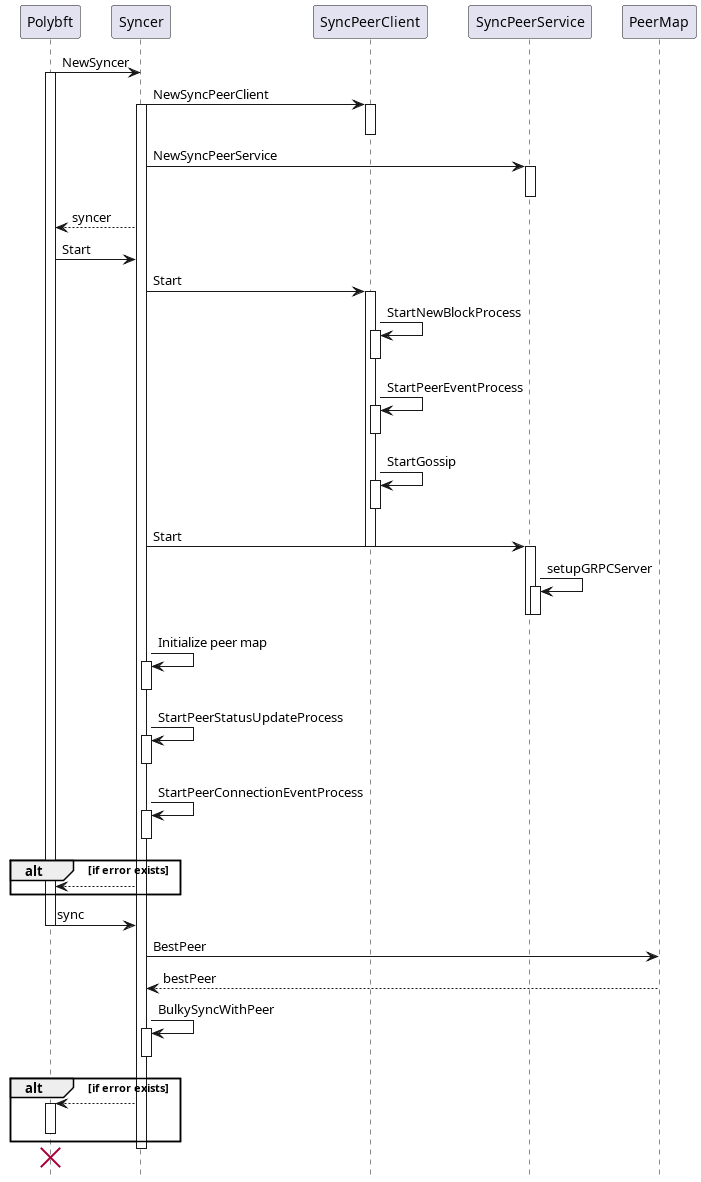
Before: plantuml/syncer/uml/syncer_sync_process_sequence.png, a diagram exported from PlantUML (Ethernal-Tech/blade-legacy). Its diagram source:
```plantuml
@startuml
hide footbox

Polybft -> Syncer: NewSyncer
activate Polybft
Syncer -> SyncPeerClient: NewSyncPeerClient
activate Syncer
activate SyncPeerClient
deactivate SyncPeerClient
Syncer -> SyncPeerService: NewSyncPeerService
activate SyncPeerService
deactivate SyncPeerService
Polybft <-- Syncer: syncer

Polybft -> Syncer: Start
Syncer -> SyncPeerClient: Start
activate SyncPeerClient
SyncPeerClient -> SyncPeerClient: StartNewBlockProcess
activate SyncPeerClient
deactivate SyncPeerClient
SyncPeerClient -> SyncPeerClient: StartPeerEventProcess
activate SyncPeerClient
deactivate SyncPeerClient
SyncPeerClient -> SyncPeerClient: StartGossip
activate SyncPeerClient
deactivate SyncPeerClient

Syncer -> SyncPeerService: Start

deactivate SyncPeerClient

activate SyncPeerService
SyncPeerService -> SyncPeerService: setupGRPCServer
activate SyncPeerService
deactivate SyncPeerService
deactivate SyncPeerService
Syncer -> Syncer: Initialize peer map
activate Syncer
deactivate Syncer
Syncer -> Syncer: StartPeerStatusUpdateProcess
activate Syncer
deactivate Syncer
Syncer -> Syncer: StartPeerConnectionEventProcess
activate Syncer
deactivate Syncer

alt if error exists
    Polybft <-- Syncer
end

Polybft -> Syncer: sync
deactivate Polybft
Syncer -> PeerMap: BestPeer
Syncer <-- PeerMap: bestPeer
Syncer -> Syncer: BulkySyncWithPeer
activate Syncer
deactivate Syncer

alt if error exists
    Polybft <-- Syncer
    activate Polybft
    deactivate Polybft
end
deactivate Syncer

destroy Polybft

@enduml
```
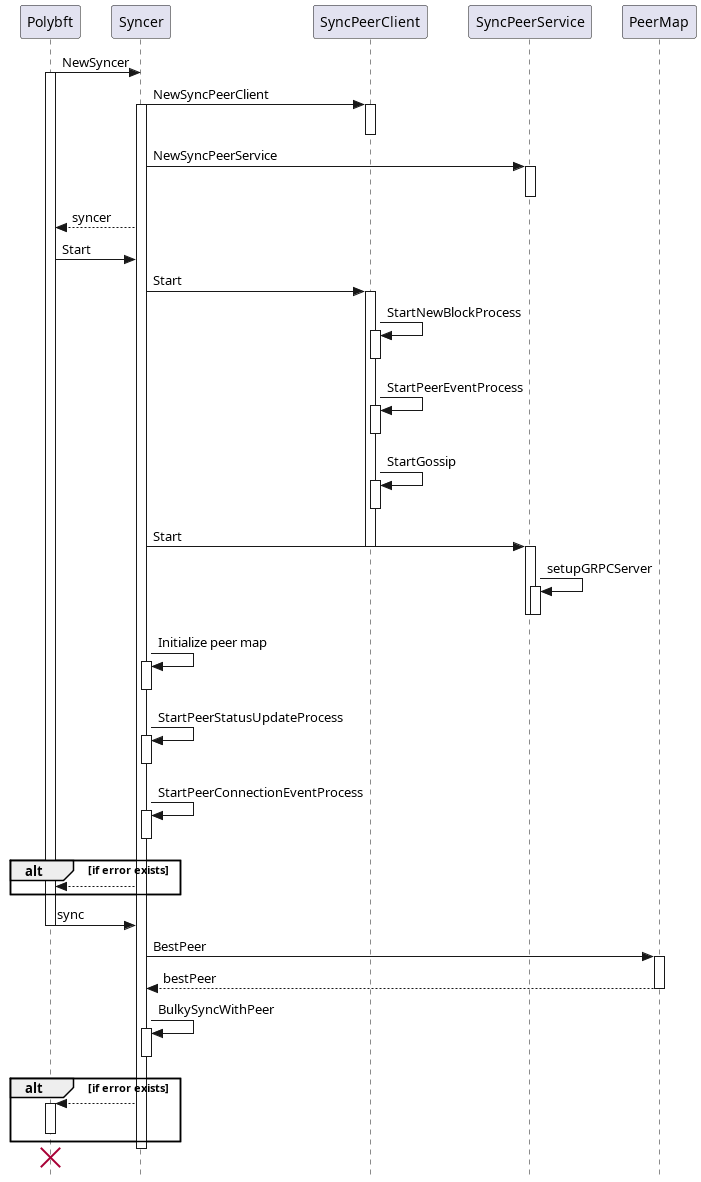
The same diagram one commit later.

What changed in the source:
```diff
@@ -1,5 +1,6 @@
 @startuml
 hide footbox
+skinparam style strictuml
 
 Polybft -> Syncer: NewSyncer
 activate Polybft
@@ -51,7 +52,9 @@
 Polybft -> Syncer: sync
 deactivate Polybft
 Syncer -> PeerMap: BestPeer
+activate PeerMap
 Syncer <-- PeerMap: bestPeer
+deactivate PeerMap
 Syncer -> Syncer: BulkySyncWithPeer
 activate Syncer
 deactivate Syncer
```
